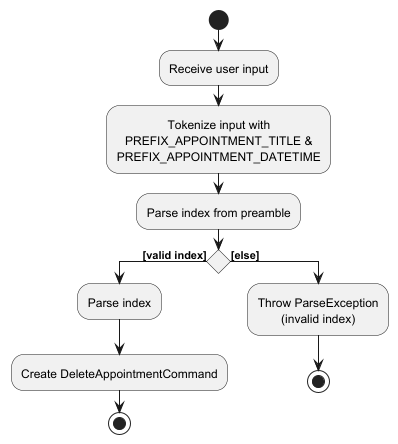
This is docs/images/DeleteAppointmentParserActivityDiagram.png from jxnwxx/tp, a PlantUML export, as it was before one commit. Source of this version:
```plantuml
@startuml
!include style.puml
start
:Receive user input;
:Tokenize input with
PREFIX_APPOINTMENT_TITLE &
PREFIX_APPOINTMENT_DATETIME;
:Parse index from preamble;
if () then ([valid index])
    :Parse index;
    :Create DeleteAppointmentCommand;
    stop
else ([else])
    :Throw ParseException
    (invalid index);
    stop
@enduml
```
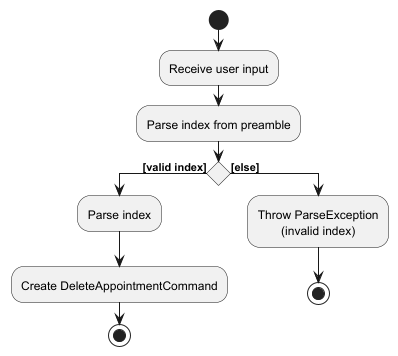
Above is the later version.

Commit message:
Fix DeleteAppointmentParser activity diagram and DG formatting

Diff of the diagram source:
```diff
@@ -2,9 +2,6 @@
 !include style.puml
 start
 :Receive user input;
-:Tokenize input with
-PREFIX_APPOINTMENT_TITLE &
-PREFIX_APPOINTMENT_DATETIME;
 :Parse index from preamble;
 if () then ([valid index])
     :Parse index;
```
